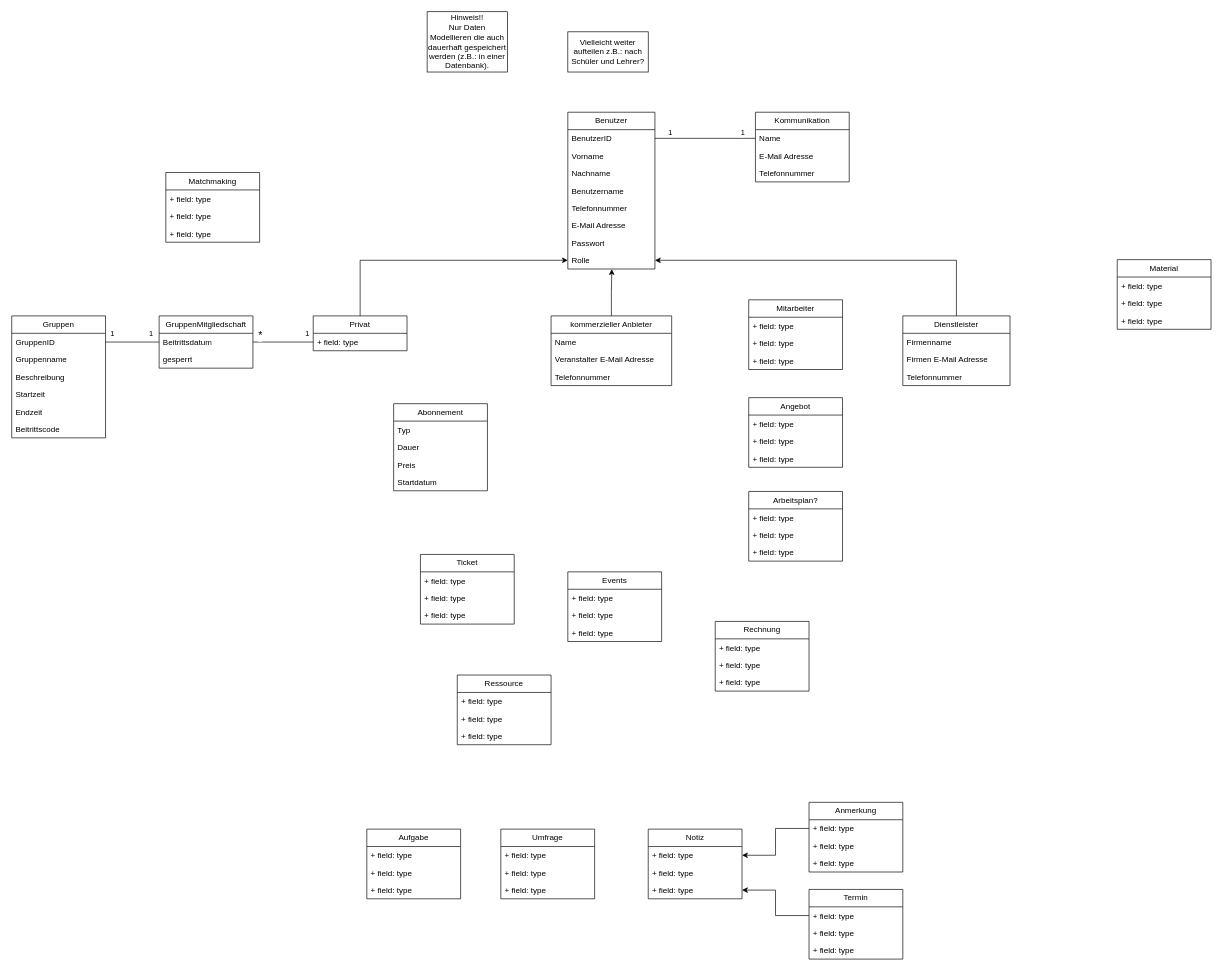
The draw.io diagram Datenmodelle/Evently_UML_Klassendiagramm.drawio in Malte-W-Schule/Software-Technick-2026-Sem03, before the edit. Source tidied: cells renumbered, new cells numbered last; positions are measured from the earlier drawing's top-left corner, leaving out a move shared by most shapes. Both pictures are drawn from the tidied source at 67%, with x=0, y=0 at pixel (11, 11).
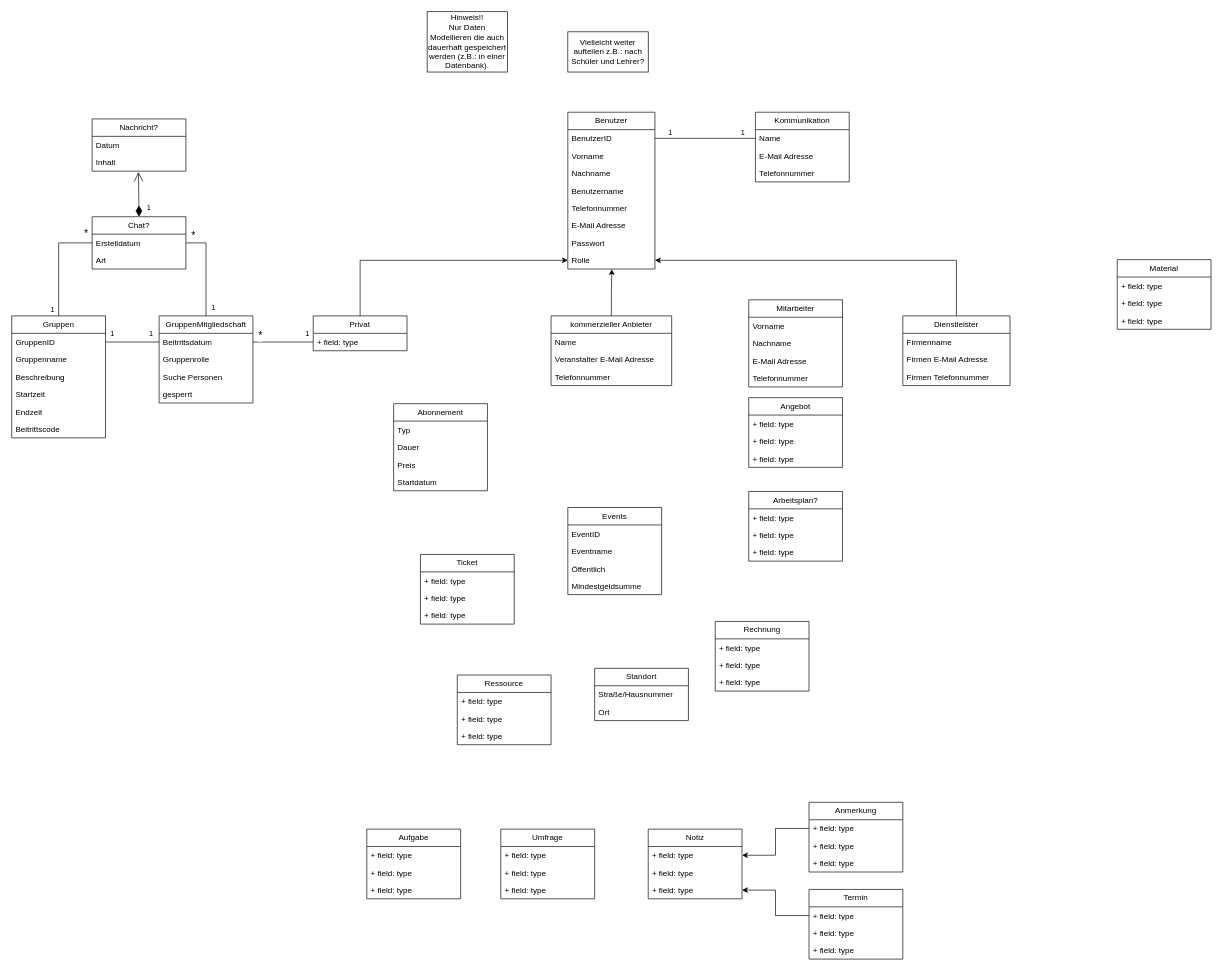
Above is the later version.

Unchanged cells that the change refers to:
```xml
<mxCell id="17" value="Dienstleister" style="swimlane;fontStyle=0;horizontal=1;startSize=26;fillColor=none;whiteSpace=wrap;html=1;" parent="1" vertex="1">
  <mxGeometry x="1330" y="454" width="160" height="104" as="geometry" />
</mxCell>
<mxCell id="21" value="Gruppen" style="swimlane;fontStyle=0;horizontal=1;startSize=26;fillColor=none;whiteSpace=wrap;html=1;" parent="1" vertex="1">
  <mxGeometry y="454" width="140" height="182" as="geometry" />
</mxCell>
```

Diff of the diagram source:
```diff
@@
-    <mxCell id="20" value="Telefonnummer" style="text;strokeColor=none;fillColor=none;align=left;verticalAlign=top;spacingLeft=4;spacingRight=4;overflow=hidden;whiteSpace=wrap;html=1;" parent="17" vertex="1">
+    <mxCell id="20" value="Firmen Telefonnummer" style="text;strokeColor=none;fillColor=none;align=left;verticalAlign=top;spacingLeft=4;spacingRight=4;overflow=hidden;whiteSpace=wrap;html=1;" parent="17" vertex="1">
       <mxGeometry y="78" width="160" height="26" as="geometry" />
     </mxCell>
+    <mxCell id="112" style="edgeStyle=orthogonalEdgeStyle;rounded=0;jettySize=auto;html=1;exitX=0.5;exitY=0;exitDx=0;exitDy=0;entryX=0;entryY=0.5;entryDx=0;entryDy=0;endArrow=none;endFill=0;" parent="1" edge="1" source="21" target="61">
+      <mxGeometry relative="1" as="geometry" />
+    </mxCell>
+    <mxCell id="113" value="1" style="edgeLabel;html=1;align=center;verticalAlign=middle;" parent="112" vertex="1">
+      <mxGeometry x="-0.86" y="1" relative="1" as="geometry">
+        <mxPoint x="-9" as="offset" />
+      </mxGeometry>
+    </mxCell>
+    <mxCell id="114" value="*" style="edgeLabel;html=1;align=center;verticalAlign=middle;fontSize=16;" parent="112" vertex="1">
+      <mxGeometry x="0.9" y="2" relative="1" as="geometry">
+        <mxPoint x="-2" y="-13" as="offset" />
+      </mxGeometry>
+    </mxCell>
@@
     <mxCell id="28" value="Events" style="swimlane;fontStyle=0;horizontal=1;startSize=26;fillColor=none;whiteSpace=wrap;html=1;" parent="1" vertex="1">
-      <mxGeometry x="830" y="836" width="140" height="104" as="geometry" />
+      <mxGeometry x="830" y="740" width="140" height="130" as="geometry" />
     </mxCell>
-    <mxCell id="29" value="+ field: type" style="text;strokeColor=none;fillColor=none;align=left;verticalAlign=top;spacingLeft=4;spacingRight=4;overflow=hidden;whiteSpace=wrap;html=1;" parent="28" vertex="1">
+    <mxCell id="29" value="EventID" style="text;strokeColor=none;fillColor=none;align=left;verticalAlign=top;spacingLeft=4;spacingRight=4;overflow=hidden;whiteSpace=wrap;html=1;" parent="28" vertex="1">
       <mxGeometry y="26" width="140" height="26" as="geometry" />
     </mxCell>
+    <mxCell id="115" value="Eventname" style="text;strokeColor=none;fillColor=none;align=left;verticalAlign=top;spacingLeft=4;spacingRight=4;overflow=hidden;whiteSpace=wrap;html=1;" parent="28" vertex="1">
+      <mxGeometry y="52" width="140" height="26" as="geometry" />
+    </mxCell>
-    <mxCell id="30" value="+ field: type" style="text;strokeColor=none;fillColor=none;align=left;verticalAlign=top;spacingLeft=4;spacingRight=4;overflow=hidden;whiteSpace=wrap;html=1;" parent="28" vertex="1">
-      <mxGeometry y="52" width="140" height="26" as="geometry" />
+    <mxCell id="30" value="Öffentlich" style="text;strokeColor=none;fillColor=none;align=left;verticalAlign=top;spacingLeft=4;spacingRight=4;overflow=hidden;whiteSpace=wrap;html=1;" parent="28" vertex="1">
+      <mxGeometry y="78" width="140" height="26" as="geometry" />
     </mxCell>
-    <mxCell id="31" value="+ field: type" style="text;strokeColor=none;fillColor=none;align=left;verticalAlign=top;spacingLeft=4;spacingRight=4;overflow=hidden;whiteSpace=wrap;html=1;" parent="28" vertex="1">
-      <mxGeometry y="78" width="140" height="26" as="geometry" />
+    <mxCell id="31" value="Mindestgeldsumme" style="text;strokeColor=none;fillColor=none;align=left;verticalAlign=top;spacingLeft=4;spacingRight=4;overflow=hidden;whiteSpace=wrap;html=1;" parent="28" vertex="1">
+      <mxGeometry y="104" width="140" height="26" as="geometry" />
     </mxCell>
@@
     <mxCell id="52" value="Mitarbeiter" style="swimlane;fontStyle=0;horizontal=1;startSize=26;fillColor=none;whiteSpace=wrap;html=1;" parent="1" vertex="1">
-      <mxGeometry x="1100" y="430" width="140" height="104" as="geometry" />
+      <mxGeometry x="1100" y="430" width="140" height="130" as="geometry" />
     </mxCell>
-    <mxCell id="53" value="+ field: type" style="text;strokeColor=none;fillColor=none;align=left;verticalAlign=top;spacingLeft=4;spacingRight=4;overflow=hidden;whiteSpace=wrap;html=1;" parent="52" vertex="1">
+    <mxCell id="53" value="Vorname" style="text;strokeColor=none;fillColor=none;align=left;verticalAlign=top;spacingLeft=4;spacingRight=4;overflow=hidden;whiteSpace=wrap;html=1;" parent="52" vertex="1">
       <mxGeometry y="26" width="140" height="26" as="geometry" />
     </mxCell>
-    <mxCell id="54" value="+ field: type" style="text;strokeColor=none;fillColor=none;align=left;verticalAlign=top;spacingLeft=4;spacingRight=4;overflow=hidden;whiteSpace=wrap;html=1;" parent="52" vertex="1">
+    <mxCell id="54" value="Nachname" style="text;strokeColor=none;fillColor=none;align=left;verticalAlign=top;spacingLeft=4;spacingRight=4;overflow=hidden;whiteSpace=wrap;html=1;" parent="52" vertex="1">
       <mxGeometry y="52" width="140" height="26" as="geometry" />
     </mxCell>
-    <mxCell id="55" value="+ field: type" style="text;strokeColor=none;fillColor=none;align=left;verticalAlign=top;spacingLeft=4;spacingRight=4;overflow=hidden;whiteSpace=wrap;html=1;" parent="52" vertex="1">
+    <mxCell id="55" value="E-Mail Adresse" style="text;strokeColor=none;fillColor=none;align=left;verticalAlign=top;spacingLeft=4;spacingRight=4;overflow=hidden;whiteSpace=wrap;html=1;" parent="52" vertex="1">
       <mxGeometry y="78" width="140" height="26" as="geometry" />
     </mxCell>
+    <mxCell id="116" value="Telefonnummer" style="text;strokeColor=none;fillColor=none;align=left;verticalAlign=top;spacingLeft=4;spacingRight=4;overflow=hidden;whiteSpace=wrap;html=1;" parent="52" vertex="1">
+      <mxGeometry y="104" width="140" height="26" as="geometry" />
+    </mxCell>
@@
-    <mxCell id="60" value="Matchmaking" style="swimlane;fontStyle=0;horizontal=1;startSize=26;fillColor=none;whiteSpace=wrap;html=1;" parent="1" vertex="1">
-      <mxGeometry x="230" y="240" width="140" height="104" as="geometry" />
+    <mxCell id="60" value="Chat?" style="swimlane;fontStyle=0;horizontal=1;startSize=26;fillColor=none;whiteSpace=wrap;html=1;" parent="1" vertex="1">
+      <mxGeometry x="120" y="306" width="140" height="78" as="geometry" />
     </mxCell>
-    <mxCell id="61" value="+ field: type" style="text;strokeColor=none;fillColor=none;align=left;verticalAlign=top;spacingLeft=4;spacingRight=4;overflow=hidden;points=[[0,0.5],[1,0.5]];portConstraint=eastwest;whiteSpace=wrap;html=1;" parent="60" vertex="1">
+    <mxCell id="61" value="Erstelldatum" style="text;strokeColor=none;fillColor=none;align=left;verticalAlign=top;spacingLeft=4;spacingRight=4;overflow=hidden;points=[[0,0.5],[1,0.5]];portConstraint=eastwest;whiteSpace=wrap;html=1;" parent="60" vertex="1">
       <mxGeometry y="26" width="140" height="26" as="geometry" />
     </mxCell>
-    <mxCell id="62" value="+ field: type" style="text;strokeColor=none;fillColor=none;align=left;verticalAlign=top;spacingLeft=4;spacingRight=4;overflow=hidden;whiteSpace=wrap;html=1;" parent="60" vertex="1">
+    <mxCell id="62" value="Art" style="text;strokeColor=none;fillColor=none;align=left;verticalAlign=top;spacingLeft=4;spacingRight=4;overflow=hidden;whiteSpace=wrap;html=1;" parent="60" vertex="1">
       <mxGeometry y="52" width="140" height="26" as="geometry" />
     </mxCell>
-    <mxCell id="63" value="+ field: type" style="text;strokeColor=none;fillColor=none;align=left;verticalAlign=top;spacingLeft=4;spacingRight=4;overflow=hidden;whiteSpace=wrap;html=1;" parent="60" vertex="1">
-      <mxGeometry y="78" width="140" height="26" as="geometry" />
-    </mxCell>
@@
+    <mxCell id="117" style="edgeStyle=orthogonalEdgeStyle;rounded=0;jettySize=auto;html=1;exitX=0.5;exitY=0;exitDx=0;exitDy=0;entryX=1;entryY=0.5;entryDx=0;entryDy=0;endArrow=none;endFill=0;" parent="1" edge="1" source="106" target="61">
+      <mxGeometry relative="1" as="geometry" />
+    </mxCell>
+    <mxCell id="118" value="*" style="edgeLabel;html=1;align=center;verticalAlign=middle;fontSize=16;" parent="117" vertex="1">
+      <mxGeometry x="0.86" y="-1" relative="1" as="geometry">
+        <mxPoint y="-12" as="offset" />
+      </mxGeometry>
+    </mxCell>
+    <mxCell id="119" value="1" style="edgeLabel;html=1;align=center;verticalAlign=middle;" parent="117" vertex="1">
+      <mxGeometry x="-0.74" y="1" relative="1" as="geometry">
+        <mxPoint x="11" y="4" as="offset" />
+      </mxGeometry>
+    </mxCell>
     <mxCell id="106" value="GruppenMitgliedschaft" style="swimlane;fontStyle=0;horizontal=1;startSize=26;fillColor=none;whiteSpace=wrap;html=1;" parent="1" vertex="1">
-      <mxGeometry x="220" y="454" width="140" height="78" as="geometry" />
+      <mxGeometry x="220" y="454" width="140" height="130" as="geometry" />
     </mxCell>
@@
+    <mxCell id="120" value="Gruppenrolle" style="text;strokeColor=none;fillColor=none;align=left;verticalAlign=top;spacingLeft=4;spacingRight=4;overflow=hidden;whiteSpace=wrap;html=1;" parent="106" vertex="1">
+      <mxGeometry y="52" width="140" height="26" as="geometry" />
+    </mxCell>
+    <mxCell id="121" value="Suche Personen" style="text;strokeColor=none;fillColor=none;align=left;verticalAlign=top;spacingLeft=4;spacingRight=4;overflow=hidden;whiteSpace=wrap;html=1;" parent="106" vertex="1">
+      <mxGeometry y="78" width="140" height="26" as="geometry" />
+    </mxCell>
     <mxCell id="108" value="gesperrt" style="text;strokeColor=none;fillColor=none;align=left;verticalAlign=top;spacingLeft=4;spacingRight=4;overflow=hidden;whiteSpace=wrap;html=1;" parent="106" vertex="1">
-      <mxGeometry y="52" width="140" height="26" as="geometry" />
+      <mxGeometry y="104" width="140" height="26" as="geometry" />
     </mxCell>
@@
+    <mxCell id="122" value="Nachricht?" style="swimlane;fontStyle=0;horizontal=1;startSize=26;fillColor=none;whiteSpace=wrap;html=1;" parent="1" vertex="1">
+      <mxGeometry x="120" y="160" width="140" height="78" as="geometry" />
+    </mxCell>
+    <mxCell id="123" value="Datum" style="text;strokeColor=none;fillColor=none;align=left;verticalAlign=top;spacingLeft=4;spacingRight=4;overflow=hidden;whiteSpace=wrap;html=1;" parent="122" vertex="1">
+      <mxGeometry y="26" width="140" height="26" as="geometry" />
+    </mxCell>
+    <mxCell id="124" value="Inhalt" style="text;strokeColor=none;fillColor=none;align=left;verticalAlign=top;spacingLeft=4;spacingRight=4;overflow=hidden;points=[[0,0.5],[1,0.5]];portConstraint=eastwest;whiteSpace=wrap;html=1;" parent="122" vertex="1">
+      <mxGeometry y="52" width="140" height="26" as="geometry" />
+    </mxCell>
+    <mxCell id="125" value="1" style="endArrow=open;html=1;endSize=12;startArrow=diamondThin;startSize=14;startFill=1;align=left;verticalAlign=bottom;rounded=0;exitX=0.5;exitY=0;exitDx=0;exitDy=0;entryX=0.494;entryY=1.051;entryDx=0;entryDy=0;entryPerimeter=0;" parent="1" edge="1" source="60" target="124">
+      <mxGeometry x="-0.88" y="-10" relative="1" as="geometry" />
+    </mxCell>
+    <mxCell id="126" value="Standort" style="swimlane;fontStyle=0;horizontal=1;startSize=26;fillColor=none;whiteSpace=wrap;html=1;" parent="1" vertex="1">
+      <mxGeometry x="870" y="980" width="140" height="78" as="geometry" />
+    </mxCell>
+    <mxCell id="127" value="Straße/Hausnummer" style="text;strokeColor=none;fillColor=none;align=left;verticalAlign=top;spacingLeft=4;spacingRight=4;overflow=hidden;whiteSpace=wrap;html=1;" parent="126" vertex="1">
+      <mxGeometry y="26" width="140" height="26" as="geometry" />
+    </mxCell>
+    <mxCell id="128" value="Ort" style="text;strokeColor=none;fillColor=none;align=left;verticalAlign=top;spacingLeft=4;spacingRight=4;overflow=hidden;whiteSpace=wrap;html=1;" parent="126" vertex="1">
+      <mxGeometry y="52" width="140" height="26" as="geometry" />
+    </mxCell>
```
